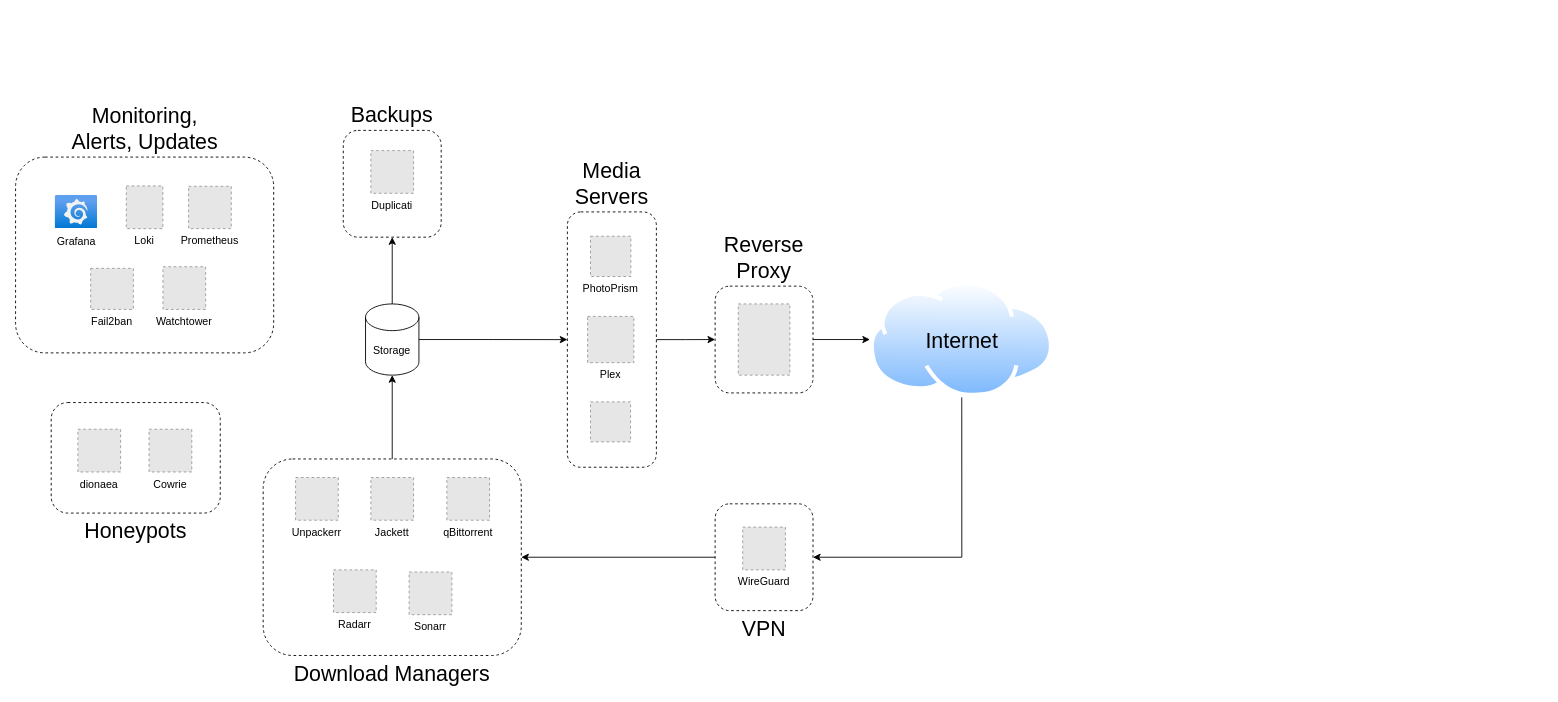
Before: assets/diagram.drawio in klack/klack.cloud, a draw.io diagram. Source tidied: cells renumbered, new cells numbered last; positions are measured from the earlier drawing's top-left corner, leaving out a move shared by most shapes. Both pictures are drawn from the tidied source at 89%, with x=0, y=0 at pixel (15, 130). Pictures stored in the file or linked from it are replaced by grey dashed boxes.
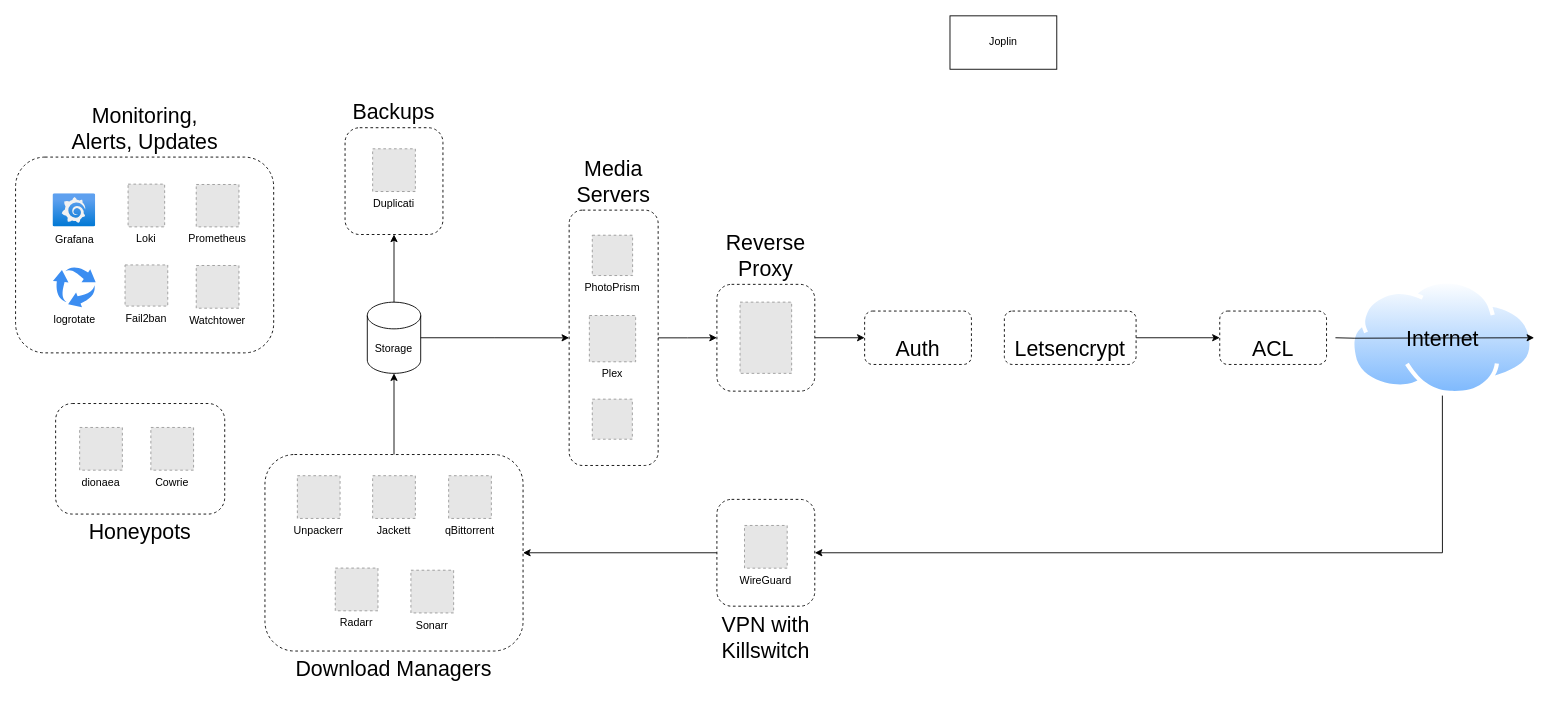
Above is the later version.

Unchanged cells that the change refers to:
```xml
<mxCell id="11" value="Media Servers" style="rounded=1;whiteSpace=wrap;html=1;dashed=1;labelPosition=center;verticalLabelPosition=top;align=center;verticalAlign=bottom;fontSize=24;" parent="10" vertex="1">
  <mxGeometry width="100" height="286.9" as="geometry" />
</mxCell>
```

Diff of the diagram source:
```diff
@@
-    <mxCell id="3" style="group;" parent="1" vertex="1">
-      <mxGeometry x="40" width="1126.3" height="590" as="geometry" />
-    </mxCell>
+    <mxCell id="38" value="logrotate" style="sketch=0;html=1;strokeColor=none;shadow=0;fillColor=#3B8DF1;verticalAlign=top;labelPosition=center;verticalLabelPosition=bottom;shape=mxgraph.gcp2.arrow_cycle;" parent="1" vertex="1">
+      <mxGeometry x="42" y="153" width="48" height="45.6" as="geometry" />
+    </mxCell>
-    <mxCell id="4" value="&lt;div&gt;Grafana&lt;/div&gt;" style="image;html=1;align=center;fontSize=12;image=img/lib/azure2/other/Grafana.svg;" parent="3" vertex="1">
-      <mxGeometry x="4.4" y="73.2" width="48" height="37.3" as="geometry" />
+    <mxCell id="4" value="&lt;div&gt;Grafana&lt;/div&gt;" style="image;html=1;align=center;fontSize=12;image=img/lib/azure2/other/Grafana.svg;" parent="1" vertex="1">
+      <mxGeometry x="42" y="71.2" width="48" height="37.3" as="geometry" />
     </mxCell>
-    <mxCell id="5" value="Loki" style="fillColor=#E6E6E6;strokeColor=#999999;dashed=1;verticalLabelPosition=bottom;labelBackgroundColor=default;verticalAlign=top;" parent="3" vertex="1">
-      <mxGeometry x="84.4" y="62.4" width="41.1" height="48" as="geometry" />
+    <mxCell id="5" value="Loki" style="fillColor=#E6E6E6;strokeColor=#999999;dashed=1;verticalLabelPosition=bottom;labelBackgroundColor=default;verticalAlign=top;" parent="1" vertex="1">
+      <mxGeometry x="126.4" y="60.4" width="41.1" height="48" as="geometry" />
     </mxCell>
-    <mxCell id="6" value="Prometheus&#10;" style="fillColor=#E6E6E6;strokeColor=#999999;dashed=1;verticalLabelPosition=bottom;labelBackgroundColor=default;verticalAlign=top;" parent="3" vertex="1">
-      <mxGeometry x="154.4" y="62.8" width="48" height="47.6" as="geometry" />
+    <mxCell id="6" value="Prometheus&#10;" style="fillColor=#E6E6E6;strokeColor=#999999;dashed=1;verticalLabelPosition=bottom;labelBackgroundColor=default;verticalAlign=top;" parent="1" vertex="1">
+      <mxGeometry x="203" y="60.8" width="48" height="47.6" as="geometry" />
     </mxCell>
-    <mxCell id="7" value="Fail2ban" style="fillColor=#E6E6E6;strokeColor=#999999;dashed=1;verticalLabelPosition=bottom;labelBackgroundColor=default;verticalAlign=top;" parent="3" vertex="1">
-      <mxGeometry x="44.4" y="155" width="48" height="46.2" as="geometry" />
+    <mxCell id="7" value="Fail2ban" style="fillColor=#E6E6E6;strokeColor=#999999;dashed=1;verticalLabelPosition=bottom;labelBackgroundColor=default;verticalAlign=top;" parent="1" vertex="1">
+      <mxGeometry x="123" y="151.2" width="48" height="46.2" as="geometry" />
     </mxCell>
-    <mxCell id="8" value="Watchtower" style="fillColor=#E6E6E6;strokeColor=#999999;dashed=1;verticalLabelPosition=bottom;labelBackgroundColor=default;verticalAlign=top;" parent="3" vertex="1">
-      <mxGeometry x="125.6" y="153.2" width="48" height="48" as="geometry" />
+    <mxCell id="8" value="Watchtower" style="fillColor=#E6E6E6;strokeColor=#999999;dashed=1;verticalLabelPosition=bottom;labelBackgroundColor=default;verticalAlign=top;" parent="1" vertex="1">
+      <mxGeometry x="203" y="151.8" width="48" height="48" as="geometry" />
     </mxCell>
-    <mxCell id="9" value="Internet" style="image;perimeter=ellipsePerimeter;html=1;align=center;shadow=0;dashed=0;spacingTop=3;image=img/lib/active_directory/internet_cloud.svg;labelPosition=center;verticalLabelPosition=middle;verticalAlign=middle;labelBackgroundColor=none;fontColor=#000000;fontSize=24;" parent="3" vertex="1">
-      <mxGeometry x="920" y="170" width="206.3" height="130" as="geometry" />
+    <mxCell id="9" value="Internet" style="image;perimeter=ellipsePerimeter;html=1;align=center;shadow=0;dashed=0;spacingTop=3;image=img/lib/active_directory/internet_cloud.svg;labelPosition=center;verticalLabelPosition=middle;verticalAlign=middle;labelBackgroundColor=none;fontColor=#000000;fontSize=24;" parent="1" vertex="1">
+      <mxGeometry x="1500" y="168" width="206.3" height="130" as="geometry" />
     </mxCell>
-    <mxCell id="10" style="group;" parent="3" vertex="1">
-      <mxGeometry x="580" y="91.6" width="100" height="286.9" as="geometry" />
+    <mxCell id="10" style="group;" parent="1" vertex="1">
+      <mxGeometry x="622" y="89.6" width="100" height="286.9" as="geometry" />
     </mxCell>
@@
     <mxCell id="12" style="fillColor=#E6E6E6;strokeColor=#999999;dashed=1;verticalLabelPosition=bottom;labelBackgroundColor=default;verticalAlign=top;" parent="10" vertex="1">
-      <mxGeometry x="26" y="213.4" width="45" height="45" as="geometry" />
+      <mxGeometry x="26" y="212.4" width="45" height="45" as="geometry" />
     </mxCell>
-    <mxCell id="13" value="PhotoPrism" style="fillColor=#E6E6E6;strokeColor=#999999;dashed=1;verticalLabelPosition=bottom;labelBackgroundColor=default;verticalAlign=top;" parent="10" vertex="1">
-      <mxGeometry x="26" y="27.3" width="45.3" height="45.3" as="geometry" />
-    </mxCell>
-    <mxCell id="14" value="Plex" style="fillColor=#E6E6E6;strokeColor=#999999;dashed=1;verticalLabelPosition=bottom;labelBackgroundColor=default;verticalAlign=top;" parent="10" vertex="1">
-      <mxGeometry x="22.7" y="117.4" width="52" height="52" as="geometry" />
-    </mxCell>
-    <mxCell id="15" value="Storage" style="shape=cylinder3;whiteSpace=wrap;html=1;boundedLbl=1;backgroundOutline=1;size=15;" parent="3" vertex="1">
-      <mxGeometry x="353.2" y="195" width="60" height="80" as="geometry" />
+    <mxCell id="15" value="Storage" style="shape=cylinder3;whiteSpace=wrap;html=1;boundedLbl=1;backgroundOutline=1;size=15;" parent="1" vertex="1">
+      <mxGeometry x="395.2" y="193" width="60" height="80" as="geometry" />
     </mxCell>
-    <mxCell id="16" value="Download Managers" style="rounded=1;whiteSpace=wrap;html=1;dashed=1;labelPosition=center;verticalLabelPosition=bottom;align=center;verticalAlign=top;fontSize=24;" parent="3" vertex="1">
-      <mxGeometry x="238.2" y="369.2" width="290" height="220.8" as="geometry" />
+    <mxCell id="16" value="Download Managers" style="rounded=1;whiteSpace=wrap;html=1;dashed=1;labelPosition=center;verticalLabelPosition=bottom;align=center;verticalAlign=top;fontSize=24;" parent="1" vertex="1">
+      <mxGeometry x="280.2" y="364.2" width="290" height="220.8" as="geometry" />
     </mxCell>
-    <mxCell id="17" value="qBittorrent" style="fillColor=#E6E6E6;strokeColor=#999999;dashed=1;verticalLabelPosition=bottom;labelBackgroundColor=default;verticalAlign=top;" parent="3" vertex="1">
-      <mxGeometry x="444.6" y="390" width="48" height="48" as="geometry" />
+    <mxCell id="17" value="qBittorrent" style="fillColor=#E6E6E6;strokeColor=#999999;dashed=1;verticalLabelPosition=bottom;labelBackgroundColor=default;verticalAlign=top;" parent="1" vertex="1">
+      <mxGeometry x="486.6" y="388" width="48" height="48" as="geometry" />
     </mxCell>
-    <mxCell id="18" value="Sonarr" style="fillColor=#E6E6E6;strokeColor=#999999;dashed=1;verticalLabelPosition=bottom;labelBackgroundColor=default;verticalAlign=top;" parent="3" vertex="1">
-      <mxGeometry x="402.2" y="496.2" width="48" height="48" as="geometry" />
+    <mxCell id="18" value="Sonarr" style="fillColor=#E6E6E6;strokeColor=#999999;dashed=1;verticalLabelPosition=bottom;labelBackgroundColor=default;verticalAlign=top;" parent="1" vertex="1">
+      <mxGeometry x="444.2" y="494.2" width="48" height="48" as="geometry" />
     </mxCell>
-    <mxCell id="19" value="Jackett" style="fillColor=#E6E6E6;strokeColor=#999999;dashed=1;verticalLabelPosition=bottom;labelBackgroundColor=default;verticalAlign=top;" parent="3" vertex="1">
-      <mxGeometry x="359.2" y="390" width="48" height="48" as="geometry" />
+    <mxCell id="19" value="Jackett" style="fillColor=#E6E6E6;strokeColor=#999999;dashed=1;verticalLabelPosition=bottom;labelBackgroundColor=default;verticalAlign=top;" parent="1" vertex="1">
+      <mxGeometry x="401.2" y="388" width="48" height="48" as="geometry" />
     </mxCell>
-    <mxCell id="20" value="Radarr" style="fillColor=#E6E6E6;strokeColor=#999999;dashed=1;verticalLabelPosition=bottom;labelBackgroundColor=default;verticalAlign=top;" parent="3" vertex="1">
-      <mxGeometry x="317.2" y="493.8" width="48" height="48" as="geometry" />
+    <mxCell id="20" value="Radarr" style="fillColor=#E6E6E6;strokeColor=#999999;dashed=1;verticalLabelPosition=bottom;labelBackgroundColor=default;verticalAlign=top;" parent="1" vertex="1">
+      <mxGeometry x="359.2" y="491.8" width="48" height="48" as="geometry" />
     </mxCell>
-    <mxCell id="21" value="Unpackerr" style="fillColor=#E6E6E6;strokeColor=#999999;dashed=1;verticalLabelPosition=bottom;labelBackgroundColor=default;verticalAlign=top;" parent="3" vertex="1">
-      <mxGeometry x="274.6" y="390" width="48" height="48" as="geometry" />
+    <mxCell id="21" value="Unpackerr" style="fillColor=#E6E6E6;strokeColor=#999999;dashed=1;verticalLabelPosition=bottom;labelBackgroundColor=default;verticalAlign=top;" parent="1" vertex="1">
+      <mxGeometry x="316.6" y="388" width="48" height="48" as="geometry" />
     </mxCell>
-    <mxCell id="22" value="Honeypots" style="rounded=1;whiteSpace=wrap;html=1;dashed=1;labelPosition=center;verticalLabelPosition=bottom;align=center;verticalAlign=top;fontSize=24;" parent="3" vertex="1">
-      <mxGeometry y="305.8" width="190" height="124.2" as="geometry" />
+    <mxCell id="22" value="Honeypots" style="rounded=1;whiteSpace=wrap;html=1;dashed=1;labelPosition=center;verticalLabelPosition=bottom;align=center;verticalAlign=top;fontSize=24;" parent="1" vertex="1">
+      <mxGeometry x="45" y="306.9" width="190" height="124.2" as="geometry" />
     </mxCell>
-    <mxCell id="23" value="Cowrie" style="fillColor=#E6E6E6;strokeColor=#999999;dashed=1;verticalLabelPosition=bottom;labelBackgroundColor=default;verticalAlign=top;" parent="3" vertex="1">
-      <mxGeometry x="110" y="335.8" width="48" height="48" as="geometry" />
+    <mxCell id="23" value="Cowrie" style="fillColor=#E6E6E6;strokeColor=#999999;dashed=1;verticalLabelPosition=bottom;labelBackgroundColor=default;verticalAlign=top;" parent="1" vertex="1">
+      <mxGeometry x="152" y="333.8" width="48" height="48" as="geometry" />
     </mxCell>
-    <mxCell id="24" value="dionaea" style="fillColor=#E6E6E6;strokeColor=#999999;dashed=1;verticalLabelPosition=bottom;labelBackgroundColor=default;verticalAlign=top;" parent="3" vertex="1">
-      <mxGeometry x="30" y="335.8" width="48" height="48" as="geometry" />
+    <mxCell id="24" value="dionaea" style="fillColor=#E6E6E6;strokeColor=#999999;dashed=1;verticalLabelPosition=bottom;labelBackgroundColor=default;verticalAlign=top;" parent="1" vertex="1">
+      <mxGeometry x="72" y="333.8" width="48" height="48" as="geometry" />
     </mxCell>
-    <mxCell id="25" value="VPN" style="rounded=1;whiteSpace=wrap;html=1;dashed=1;labelPosition=center;verticalLabelPosition=bottom;align=center;verticalAlign=top;fontSize=24;" parent="3" vertex="1">
-      <mxGeometry x="746" y="419.6" width="110" height="120" as="geometry" />
+    <mxCell id="25" value="VPN with Killswitch" style="rounded=1;whiteSpace=wrap;html=1;dashed=1;labelPosition=center;verticalLabelPosition=bottom;align=center;verticalAlign=top;fontSize=24;" parent="1" vertex="1">
+      <mxGeometry x="788" y="414.6" width="110" height="120" as="geometry" />
     </mxCell>
-    <mxCell id="26" value="WireGuard" style="fillColor=#E6E6E6;strokeColor=#999999;dashed=1;verticalLabelPosition=bottom;labelBackgroundColor=default;verticalAlign=top;labelPosition=center;align=center;" parent="3" vertex="1">
-      <mxGeometry x="777" y="445.8" width="48" height="48" as="geometry" />
+    <mxCell id="26" value="WireGuard" style="fillColor=#E6E6E6;strokeColor=#999999;dashed=1;verticalLabelPosition=bottom;labelBackgroundColor=default;verticalAlign=top;labelPosition=center;align=center;" parent="1" vertex="1">
+      <mxGeometry x="819" y="443.9" width="48" height="48" as="geometry" />
     </mxCell>
-    <mxCell id="27" value="Backups" style="rounded=1;whiteSpace=wrap;html=1;dashed=1;labelPosition=center;verticalLabelPosition=top;align=center;verticalAlign=bottom;fontSize=24;" parent="3" vertex="1">
-      <mxGeometry x="328.2" width="110" height="120" as="geometry" />
+    <mxCell id="27" value="Backups" style="rounded=1;whiteSpace=wrap;html=1;dashed=1;labelPosition=center;verticalLabelPosition=top;align=center;verticalAlign=bottom;fontSize=24;" parent="1" vertex="1">
+      <mxGeometry x="370.2" y="-3" width="110" height="120" as="geometry" />
     </mxCell>
-    <mxCell id="28" value="Duplicati" style="fillColor=#E6E6E6;strokeColor=#999999;dashed=1;verticalLabelPosition=bottom;labelBackgroundColor=default;verticalAlign=top;" parent="3" vertex="1">
-      <mxGeometry x="359.2" y="22.7" width="48" height="48" as="geometry" />
+    <mxCell id="28" value="Duplicati" style="fillColor=#E6E6E6;strokeColor=#999999;dashed=1;verticalLabelPosition=bottom;labelBackgroundColor=default;verticalAlign=top;" parent="1" vertex="1">
+      <mxGeometry x="401.2" y="20.7" width="48" height="48" as="geometry" />
     </mxCell>
+    <mxCell id="39" style="edgeStyle=orthogonalEdgeStyle;rounded=0;jettySize=auto;html=1;" parent="1" edge="1" source="29" target="43">
+      <mxGeometry relative="1" as="geometry" />
+    </mxCell>
-    <mxCell id="29" value="Reverse Proxy" style="rounded=1;whiteSpace=wrap;html=1;dashed=1;labelPosition=center;verticalLabelPosition=top;align=center;verticalAlign=bottom;fontSize=24;" parent="3" vertex="1">
-      <mxGeometry x="746" y="175" width="110" height="120" as="geometry" />
+    <mxCell id="29" value="Reverse Proxy" style="rounded=1;whiteSpace=wrap;html=1;dashed=1;labelPosition=center;verticalLabelPosition=top;align=center;verticalAlign=bottom;fontSize=24;" parent="1" vertex="1">
+      <mxGeometry x="788" y="173" width="110" height="120" as="geometry" />
     </mxCell>
-    <mxCell id="30" style="fillColor=#E6E6E6;strokeColor=#999999;dashed=1;verticalLabelPosition=bottom;labelBackgroundColor=default;verticalAlign=top;" parent="3" vertex="1">
-      <mxGeometry x="772" y="195" width="58" height="80" as="geometry" />
+    <mxCell id="30" style="fillColor=#E6E6E6;strokeColor=#999999;dashed=1;verticalLabelPosition=bottom;labelBackgroundColor=default;verticalAlign=top;" parent="1" vertex="1">
+      <mxGeometry x="814" y="193" width="58" height="80" as="geometry" />
     </mxCell>
-    <mxCell id="31" style="edgeStyle=orthogonalEdgeStyle;rounded=0;jettySize=auto;html=1;" parent="3" edge="1" source="15" target="11">
+    <mxCell id="31" style="edgeStyle=orthogonalEdgeStyle;rounded=0;jettySize=auto;html=1;" parent="1" edge="1" source="15" target="11">
       <mxGeometry relative="1" as="geometry" />
     </mxCell>
-    <mxCell id="32" style="edgeStyle=orthogonalEdgeStyle;rounded=0;jettySize=auto;html=1;entryX=0.5;entryY=1;entryDx=0;entryDy=0;entryPerimeter=0;" parent="3" edge="1" source="16" target="15">
+    <mxCell id="32" style="edgeStyle=orthogonalEdgeStyle;rounded=0;jettySize=auto;html=1;entryX=0.5;entryY=1;entryDx=0;entryDy=0;entryPerimeter=0;" parent="1" edge="1" source="16" target="15">
       <mxGeometry relative="1" as="geometry" />
     </mxCell>
-    <mxCell id="33" style="edgeStyle=orthogonalEdgeStyle;rounded=0;jettySize=auto;html=1;entryX=0.5;entryY=1;entryDx=0;entryDy=0;startArrow=classic;startFill=1;endArrow=none;endFill=0;" parent="3" edge="1" source="25" target="9">
+    <mxCell id="33" style="edgeStyle=orthogonalEdgeStyle;rounded=0;jettySize=auto;html=1;entryX=0.5;entryY=1;entryDx=0;entryDy=0;startArrow=classic;startFill=1;endArrow=none;endFill=0;" parent="1" edge="1" source="25" target="9">
       <mxGeometry relative="1" as="geometry" />
     </mxCell>
-    <mxCell id="34" style="edgeStyle=orthogonalEdgeStyle;rounded=0;jettySize=auto;html=1;exitX=0;exitY=0.5;exitDx=0;exitDy=0;" parent="3" edge="1" source="25" target="16">
+    <mxCell id="34" style="edgeStyle=orthogonalEdgeStyle;rounded=0;jettySize=auto;html=1;exitX=0;exitY=0.5;exitDx=0;exitDy=0;" parent="1" edge="1" source="25" target="16">
       <mxGeometry relative="1" as="geometry" />
     </mxCell>
-    <mxCell id="35" style="edgeStyle=orthogonalEdgeStyle;rounded=0;jettySize=auto;html=1;entryX=0.5;entryY=1;entryDx=0;entryDy=0;" parent="3" edge="1" source="15" target="27">
+    <mxCell id="35" style="edgeStyle=orthogonalEdgeStyle;rounded=0;jettySize=auto;html=1;entryX=0.5;entryY=1;entryDx=0;entryDy=0;" parent="1" edge="1" source="15" target="27">
       <mxGeometry relative="1" as="geometry" />
     </mxCell>
-    <mxCell id="36" style="edgeStyle=orthogonalEdgeStyle;rounded=0;jettySize=auto;html=1;" parent="3" edge="1" source="29" target="9">
-      <mxGeometry relative="1" as="geometry" />
-    </mxCell>
-    <mxCell id="37" style="edgeStyle=orthogonalEdgeStyle;rounded=0;jettySize=auto;html=1;entryX=0;entryY=0.5;entryDx=0;entryDy=0;startArrow=none;startFill=0;" parent="3" edge="1" source="11" target="29">
+    <mxCell id="37" style="edgeStyle=orthogonalEdgeStyle;rounded=0;jettySize=auto;html=1;entryX=0;entryY=0.5;entryDx=0;entryDy=0;startArrow=none;startFill=0;" parent="1" edge="1" source="11" target="29">
       <mxGeometry relative="1" as="geometry" />
     </mxCell>
+    <mxCell id="13" value="PhotoPrism" style="fillColor=#E6E6E6;strokeColor=#999999;dashed=1;verticalLabelPosition=bottom;labelBackgroundColor=default;verticalAlign=top;" parent="1" vertex="1">
+      <mxGeometry x="648" y="117.8" width="45.3" height="45.3" as="geometry" />
+    </mxCell>
+    <mxCell id="14" value="Plex" style="fillColor=#E6E6E6;strokeColor=#999999;dashed=1;verticalLabelPosition=bottom;labelBackgroundColor=default;verticalAlign=top;" parent="1" vertex="1">
+      <mxGeometry x="644.7" y="208" width="52" height="52" as="geometry" />
+    </mxCell>
+    <mxCell id="40" style="edgeStyle=orthogonalEdgeStyle;rounded=0;jettySize=auto;html=1;" parent="1" edge="1" target="9">
+      <mxGeometry relative="1" as="geometry">
+        <mxPoint x="1483" y="233" as="sourcePoint" />
+      </mxGeometry>
+    </mxCell>
+    <mxCell id="41" style="edgeStyle=orthogonalEdgeStyle;rounded=0;jettySize=auto;html=1;" parent="1" edge="1" source="42" target="44">
+      <mxGeometry relative="1" as="geometry" />
+    </mxCell>
+    <mxCell id="42" value="Letsencrypt" style="whiteSpace=wrap;html=1;fontSize=24;verticalAlign=bottom;rounded=1;dashed=1;" parent="1" vertex="1">
+      <mxGeometry x="1111" y="203" width="148" height="60" as="geometry" />
+    </mxCell>
+    <mxCell id="43" value="Auth" style="rounded=1;whiteSpace=wrap;html=1;fontSize=24;verticalAlign=bottom;dashed=1;" parent="1" vertex="1">
+      <mxGeometry x="954" y="203" width="120" height="60" as="geometry" />
+    </mxCell>
+    <mxCell id="44" value="ACL" style="whiteSpace=wrap;html=1;fontSize=24;verticalAlign=bottom;rounded=1;dashed=1;" parent="1" vertex="1">
+      <mxGeometry x="1353" y="203" width="120" height="60" as="geometry" />
+    </mxCell>
+    <mxCell id="45" value="Joplin" style="whiteSpace=wrap;html=1;" parent="1" vertex="1">
+      <mxGeometry x="1049.9" y="-128.7" width="120" height="60" as="geometry" />
+    </mxCell>
```
